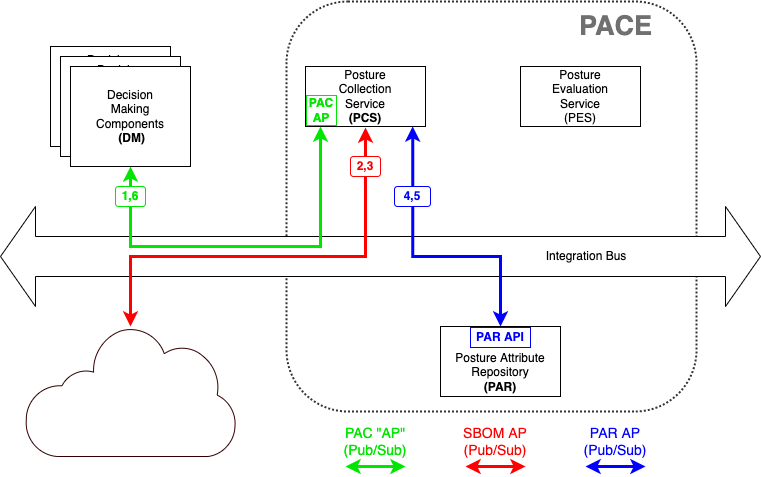
Before: docs/UseCases/Images/CollectSbomFromUrl.png, a diagram exported from draw.io (opencybersecurityalliance/PACE). Source tidied: cells renumbered, new cells last; positions are measured from the earlier drawing's top-left corner, leaving out a move shared by most shapes. The source it was exported from:
```xml
<mxGraphModel background="#ffffff">
  <root>
    <mxCell id="0" />
    <mxCell id="1" parent="0" />
    <mxCell id="2" style="whiteSpace=wrap;html=1;fillColor=none;strokeWidth=2;rounded=1;dashed=1;dashPattern=1 1;opacity=80;" parent="1" vertex="1">
      <mxGeometry x="286" width="410" height="410" as="geometry" />
    </mxCell>
    <mxCell id="3" value="Integration Bus&lt;span style=&quot;white-space: pre&quot;&gt;&#9;&lt;/span&gt;&lt;span style=&quot;white-space: pre&quot;&gt;&#9;&lt;/span&gt;&lt;span style=&quot;white-space: pre&quot;&gt;&#9;&lt;/span&gt;&lt;span style=&quot;white-space: pre&quot;&gt;&#9;&lt;span style=&quot;white-space: pre&quot;&gt;&#9;&lt;/span&gt;&lt;/span&gt;" style="html=1;shadow=0;dashed=0;align=right;verticalAlign=middle;shape=mxgraph.arrows2.twoWayArrow;dy=0.6;dx=35;" parent="1" vertex="1">
      <mxGeometry y="205" width="760" height="100" as="geometry" />
    </mxCell>
    <mxCell id="4" value="Posture&lt;br&gt;Collection&lt;br&gt;Service&lt;br&gt;&lt;b&gt;(PCS)&lt;/b&gt;" style="rounded=0;whiteSpace=wrap;html=1;" parent="1" vertex="1">
      <mxGeometry x="305" y="65" width="120" height="60" as="geometry" />
    </mxCell>
    <mxCell id="5" value="Posture&lt;br&gt;Evaluation&lt;br&gt;Service&lt;br&gt;(PES)" style="rounded=0;whiteSpace=wrap;html=1;" parent="1" vertex="1">
      <mxGeometry x="520" y="65" width="120" height="60" as="geometry" />
    </mxCell>
    <mxCell id="6" value="Posture&amp;nbsp;Attribute&lt;br&gt;Repository&lt;br&gt;&lt;b&gt;(PAR)&lt;/b&gt;" style="rounded=0;whiteSpace=wrap;html=1;verticalAlign=bottom;" parent="1" vertex="1">
      <mxGeometry x="440" y="325" width="120" height="70" as="geometry" />
    </mxCell>
    <mxCell id="7" value="Decision&lt;br&gt;Making&lt;br&gt;Components&lt;br&gt;Requiring&lt;br&gt;Posture&lt;br&gt;Evaluation" style="rounded=0;whiteSpace=wrap;html=1;" parent="1" vertex="1">
      <mxGeometry x="50" y="45" width="120" height="100" as="geometry" />
    </mxCell>
    <mxCell id="8" value="Decision&lt;br&gt;Making&lt;br&gt;Components&lt;br&gt;Requiring&lt;br&gt;Posture&lt;br&gt;Evaluation" style="rounded=0;whiteSpace=wrap;html=1;" parent="1" vertex="1">
      <mxGeometry x="60" y="55" width="120" height="100" as="geometry" />
    </mxCell>
    <mxCell id="9" value="Decision&lt;br&gt;Making&lt;br&gt;Components&lt;br&gt;&amp;nbsp;&lt;b&gt;(DM)&lt;/b&gt;" style="rounded=0;whiteSpace=wrap;html=1;" parent="1" vertex="1">
      <mxGeometry x="70" y="65" width="120" height="100" as="geometry" />
    </mxCell>
    <mxCell id="10" style="endArrow=classic;startArrow=classic;html=1;rounded=0;strokeColor=#00E600;strokeWidth=3;startFill=1;endSize=6;exitX=0.5;exitY=1;exitDx=0;exitDy=0;endFill=1;sourcePerimeterSpacing=6;targetPerimeterSpacing=6;" parent="1" edge="1" source="9">
      <mxGeometry relative="1" as="geometry">
        <mxPoint x="320" y="125" as="targetPoint" />
        <Array as="points">
          <mxPoint x="130" y="245" />
          <mxPoint x="320" y="245" />
        </Array>
      </mxGeometry>
    </mxCell>
    <mxCell id="11" value="&lt;font color=&quot;#707070&quot;&gt;PACE&lt;/font&gt;" style="text;html=1;align=center;verticalAlign=middle;fillColor=none;strokeColor=none;rounded=0;dashed=1;dashPattern=1 1;opacity=80;fontStyle=1;fontSize=27;fontColor=#636363;" parent="1" vertex="1">
      <mxGeometry x="570" y="5" width="90" height="40" as="geometry" />
    </mxCell>
    <mxCell id="12" style="endArrow=classic;startArrow=classic;html=1;rounded=0;strokeColor=#FF0000;strokeWidth=3;startFill=1;endSize=6;endFill=1;entryX=0.5;entryY=1;entryDx=0;entryDy=0;exitX=0.5;exitY=0;exitDx=0;exitDy=0;" parent="1" edge="1">
      <mxGeometry relative="1" as="geometry">
        <mxPoint x="130" y="325" as="sourcePoint" />
        <mxPoint x="365" y="126" as="targetPoint" />
        <Array as="points">
          <mxPoint x="130" y="255" />
          <mxPoint x="365" y="255" />
        </Array>
      </mxGeometry>
    </mxCell>
    <mxCell id="13" value="2,3" style="rounded=1;whiteSpace=wrap;html=1;fontColor=#FF0000;strokeColor=#FF0000;strokeWidth=1;fontStyle=1;" parent="1" vertex="1">
      <mxGeometry x="350" y="155" width="30" height="20" as="geometry" />
    </mxCell>
    <mxCell id="14" style="endArrow=classic;startArrow=classic;html=1;rounded=0;fontColor=#0000FF;endSize=6;sourcePerimeterSpacing=6;targetPerimeterSpacing=6;strokeColor=#00E600;strokeWidth=3;" parent="1" edge="1">
      <mxGeometry relative="1" as="geometry">
        <mxPoint x="345" y="465" as="sourcePoint" />
        <mxPoint x="405" y="465" as="targetPoint" />
      </mxGeometry>
    </mxCell>
    <mxCell id="15" value="PAC &quot;AP&quot;&lt;br style=&quot;font-size: 14px&quot;&gt;(Pub/Sub)" style="text;html=1;strokeColor=none;fillColor=none;align=center;verticalAlign=middle;whiteSpace=wrap;rounded=0;fontColor=#00E600;fontSize=14;" parent="1" vertex="1">
      <mxGeometry x="345" y="425" width="60" height="30" as="geometry" />
    </mxCell>
    <mxCell id="16" style="endArrow=classic;startArrow=classic;html=1;rounded=0;fontColor=#0000FF;endSize=6;sourcePerimeterSpacing=6;targetPerimeterSpacing=6;strokeColor=#FF0000;strokeWidth=3;" parent="1" edge="1">
      <mxGeometry relative="1" as="geometry">
        <mxPoint x="465" y="465" as="sourcePoint" />
        <mxPoint x="525" y="465" as="targetPoint" />
      </mxGeometry>
    </mxCell>
    <mxCell id="17" value="SBOM AP&lt;br style=&quot;font-size: 14px;&quot;&gt;(Pub/Sub)" style="text;html=1;strokeColor=none;fillColor=none;align=center;verticalAlign=middle;whiteSpace=wrap;rounded=0;fontColor=#FF0000;fontSize=14;" parent="1" vertex="1">
      <mxGeometry x="455" y="425" width="80" height="30" as="geometry" />
    </mxCell>
    <mxCell id="18" style="endArrow=classic;startArrow=classic;html=1;rounded=0;fontColor=#0000FF;endSize=6;sourcePerimeterSpacing=6;targetPerimeterSpacing=6;strokeColor=#0000FF;strokeWidth=3;startFill=1;" parent="1" edge="1">
      <mxGeometry relative="1" as="geometry">
        <mxPoint x="585" y="465" as="sourcePoint" />
        <mxPoint x="645" y="465" as="targetPoint" />
      </mxGeometry>
    </mxCell>
    <mxCell id="19" value="PAR AP&lt;br style=&quot;font-size: 14px&quot;&gt;(Pub/Sub)" style="text;html=1;strokeColor=none;fillColor=none;align=center;verticalAlign=middle;whiteSpace=wrap;rounded=0;fontColor=#0000FF;fontSize=14;" parent="1" vertex="1">
      <mxGeometry x="575" y="425" width="80" height="30" as="geometry" />
    </mxCell>
    <mxCell id="20" style="endArrow=classic;startArrow=classic;html=1;rounded=0;fontColor=#FF0000;strokeColor=#0000FF;exitX=0.893;exitY=0.999;exitDx=0;exitDy=0;entryX=0.5;entryY=0;entryDx=0;entryDy=0;edgeStyle=orthogonalEdgeStyle;strokeWidth=3;startFill=1;exitPerimeter=0;" parent="1" edge="1" source="4" target="6">
      <mxGeometry relative="1" as="geometry">
        <Array as="points">
          <mxPoint x="412" y="255" />
          <mxPoint x="500" y="255" />
        </Array>
      </mxGeometry>
    </mxCell>
    <mxCell id="21" value="4,5" style="rounded=1;whiteSpace=wrap;html=1;fontColor=#0000FF;strokeColor=#0000FF;strokeWidth=1;fontStyle=1;" parent="1" vertex="1">
      <mxGeometry x="394" y="185" width="36" height="20" as="geometry" />
    </mxCell>
    <mxCell id="22" value="1,6" style="rounded=1;whiteSpace=wrap;html=1;fontColor=#00E600;strokeColor=#00E600;strokeWidth=1;fontStyle=1;" parent="1" vertex="1">
      <mxGeometry x="115" y="185" width="30" height="20" as="geometry" />
    </mxCell>
    <mxCell id="23" value="&lt;b&gt;PAC&lt;br&gt;AP&lt;/b&gt;" style="rounded=0;whiteSpace=wrap;html=1;fontColor=#00E600;strokeColor=#00E600;" parent="1" vertex="1">
      <mxGeometry x="306" y="94" width="30" height="30" as="geometry" />
    </mxCell>
    <mxCell id="24" value="PAR API" style="rounded=0;whiteSpace=wrap;html=1;fontColor=#0000FF;strokeColor=#0000FF;fontStyle=1;" parent="1" vertex="1">
      <mxGeometry x="470" y="326" width="60" height="20" as="geometry" />
    </mxCell>
    <mxCell id="25" style="sketch=0;shadow=0;dashed=0;html=1;strokeColor=#330000;labelPosition=center;verticalLabelPosition=bottom;verticalAlign=top;align=center;fillColor=none;shape=mxgraph.mscae.enterprise.internet;perimeterSpacing=1;strokeWidth=1;" parent="1" vertex="1">
      <mxGeometry x="24.3" y="324" width="211.3" height="131" as="geometry" />
    </mxCell>
  </root>
</mxGraphModel>
```
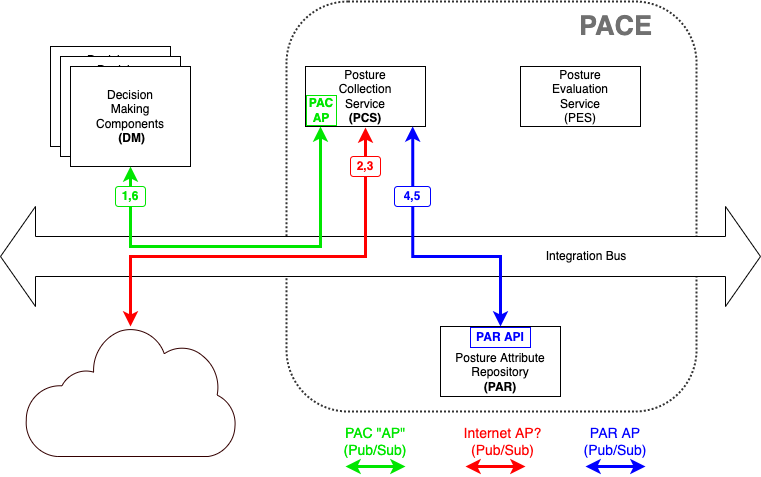
After the commit.

Diff of the diagram source:
```diff
@@ -66,8 +66,8 @@
         <mxPoint x="525" y="465" as="targetPoint" />
       </mxGeometry>
     </mxCell>
-    <mxCell id="17" value="SBOM AP&lt;br style=&quot;font-size: 14px;&quot;&gt;(Pub/Sub)" style="text;html=1;strokeColor=none;fillColor=none;align=center;verticalAlign=middle;whiteSpace=wrap;rounded=0;fontColor=#FF0000;fontSize=14;" parent="1" vertex="1">
-      <mxGeometry x="455" y="425" width="80" height="30" as="geometry" />
+    <mxCell id="17" value="Internet AP?&lt;br style=&quot;font-size: 14px&quot;&gt;(Pub/Sub)" style="text;html=1;strokeColor=none;fillColor=none;align=center;verticalAlign=middle;whiteSpace=wrap;rounded=0;fontColor=#FF0000;fontSize=14;" parent="1" vertex="1">
+      <mxGeometry x="455" y="425" width="95" height="30" as="geometry" />
     </mxCell>
     <mxCell id="18" style="endArrow=classic;startArrow=classic;html=1;rounded=0;fontColor=#0000FF;endSize=6;sourcePerimeterSpacing=6;targetPerimeterSpacing=6;strokeColor=#0000FF;strokeWidth=3;startFill=1;" parent="1" edge="1">
       <mxGeometry relative="1" as="geometry">
```
